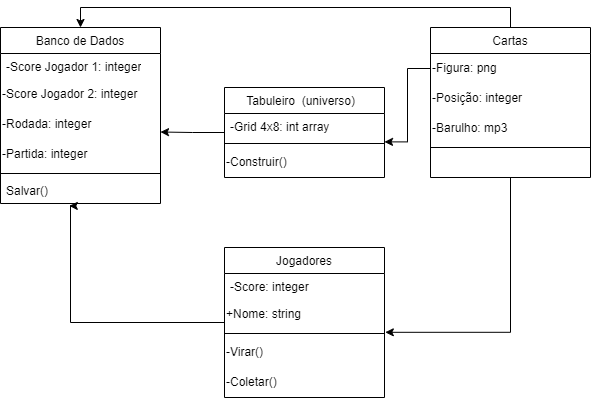
Before: Diagrama de Classes.drawio.png, a diagram exported from draw.io (FelipeRibeirooo/Entrega-03-OO-UML). Source tidied: cells renumbered, new cells last; positions are measured from the earlier drawing's top-left corner, leaving out a move shared by most shapes.
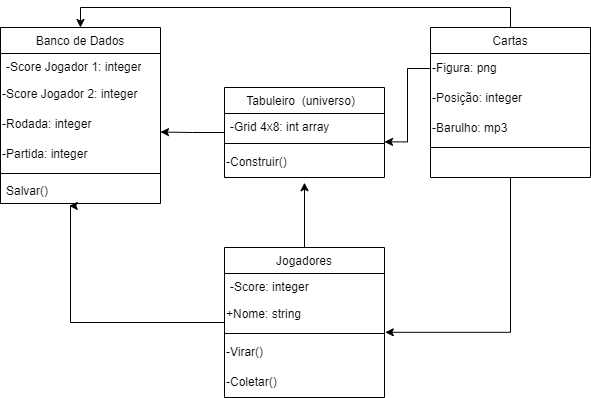
The same file after the commit.

The edit, as a diff of the source:
```diff
@@ -97,5 +97,8 @@
         </Array>
       </mxGeometry>
     </mxCell>
+    <mxCell id="29" style="edgeStyle=orthogonalEdgeStyle;rounded=0;jettySize=auto;html=1;entryX=0.5;entryY=1.173;entryDx=0;entryDy=0;entryPerimeter=0;" parent="1" edge="1" source="7" target="6">
+      <mxGeometry relative="1" as="geometry" />
+    </mxCell>
   </root>
 </mxGraphModel>
```
